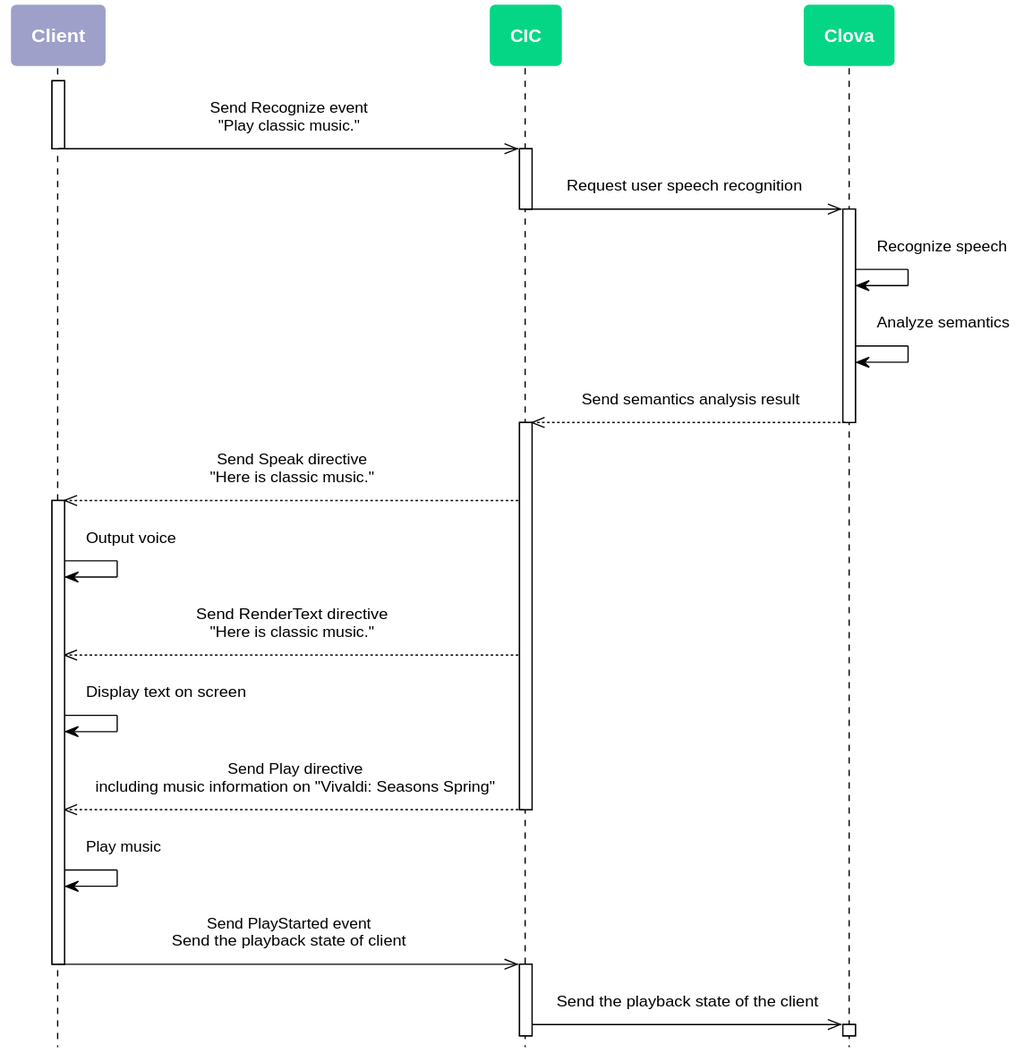
Earlier version of the PlantUML export en-KR/Develop/Assets/Images/CIC_Interaction_Example_in_Sequence_Diagram.svg (muchokwon/clova-client-developer-guide).
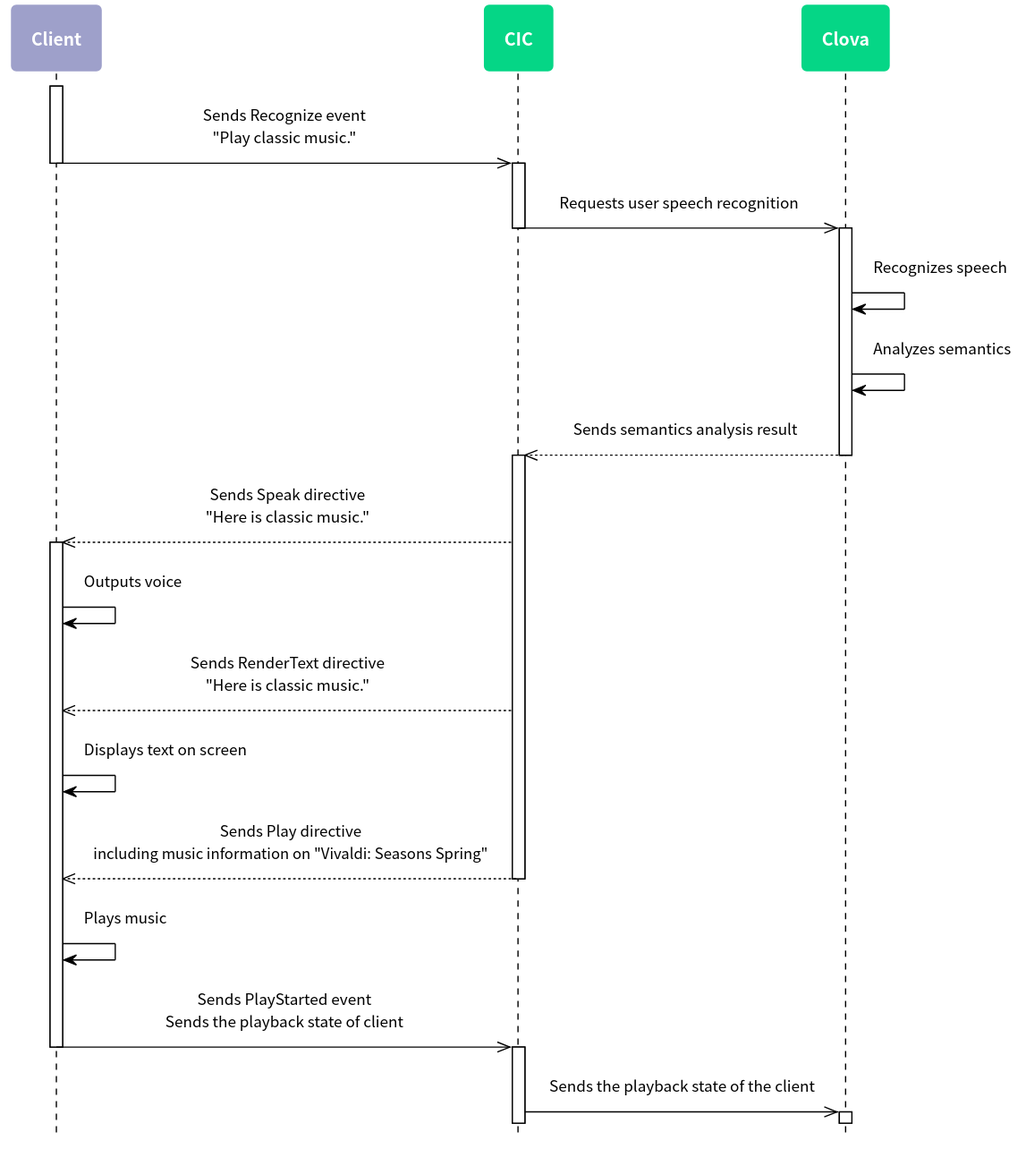
Later version of the same file.

What changed in the source:
```diff
@@ -5,69 +5,87 @@
 skinparam roundcorner 10
 skinparam padding 10
 skinparam defaultFontSize 12
+skinparam defaultFontName "Noto Sans CJK KR"
+
+skinparam note {
+  BackgroundColor #9EA0CA
+  BorderColor #ffffff
+  FontColor #ffffff
+  FontSize 14
+  FontStyle bold
+}
+
 skinparam sequence {
-	ArrowColor #000000
-	ActorBorderColor #000000
-	ActorFontStyle Bolder
+  ArrowColor #000000
+  ActorBorderColor #000000
+  ActorFontStyle Bolder
 
-	LifeLineBorderColor #000000
-	LifeLineBackgroundColor transparent
-	ParticipantBorderColor transparent
-	ParticipantFontSize 14
-	ParticipantFontColor #ffffff
-	ParticipantFontStyle bold
 
-	BoxBorderColor #000000
-	BoxFontColor #ffffff
+  LifeLineBorderColor #000000
+  LifeLineBackgroundColor transparent
+  ParticipantBorderColor transparent
+  ParticipantFontSize 14
+  ParticipantFontColor #ffffff
+  ParticipantFontStyle bold
+
+  BoxBorderColor #000000
+  BoxFontColor #ffffff
     BoxFontSize 14
     BoxFontStyle bold
 }
-skinparam note {
-	BackgroundColor #9EA0CA
-	BorderColor #ffffff
-	FontColor #ffffff
-	FontSize 14
-	FontStyle bold
+hide footbox
+
+skinparam activity {
+  BackgroundColor #9EA0CA
+  BarColor #ffffff
+  BorderColor #ffffff
+  DiamondBackgroundColor #05D686
+  DiamondBorderColor #ffffff
+  DiamondFontColor #ffffff
+  DiamondFontSize 14
+  DiamondFontStyle bold
+  FontColor #ffffff
+  FontSize 14
+  FontStyle bold
 }
-hide footbox
 
 participant Client as client #9EA0CA
 participant CIC as cic #05D686
 participant Clova as clova #05D686
 
 activate client
-  client ->> cic: Send Recognize event\n"Play classic music."
+  client ->> cic: Sends Recognize event\n"Play classic music."
 deactivate client
 
 activate  cic
-  cic ->> clova: Request user speech recognition
+  cic ->> clova: Requests user speech recognition
 deactivate cic
 
 activate clova
-  clova -> clova: Recognize speech
+  clova -> clova: Recognizes speech
 
-  clova -> clova: Analyze semantics
-  clova -->> cic: Send semantics analysis result
+  clova -> clova: Analyzes semantics
+  clova -->> cic: Sends semantics analysis result
 deactivate clova
 
 activate cic
-  cic -->> client: Send Speak directive\n"Here is classic music."
+  cic -->> client: Sends Speak directive\n"Here is classic music."
 
 activate client
-  client -> client: Output voice
-  cic -->> client: Send RenderText directive\n"Here is classic music."
-  client -> client: Display text on screen
-  cic -->> client: Send Play directive\nincluding music information on "Vivaldi: Seasons Spring"
+  client -> client: Outputs voice
+  cic -->> client: Sends RenderText directive\n"Here is classic music."
+  client -> client: Displays text on screen
+  cic -->> client: Sends Play directive\nincluding music information on "Vivaldi: Seasons Spring"
 deactivate cic
-  client -> client: Play music
+  client -> client: Plays music
 
-  client ->> cic: Send PlayStarted event\nSend the playback state of client
+  client ->> cic: Sends PlayStarted event\nSends the playback state of client
 
 deactivate client
 
 activate cic
 
-cic ->> clova: Send the playback state of the client
+cic ->> clova: Sends the playback state of the client
 
 activate clova
 
```
